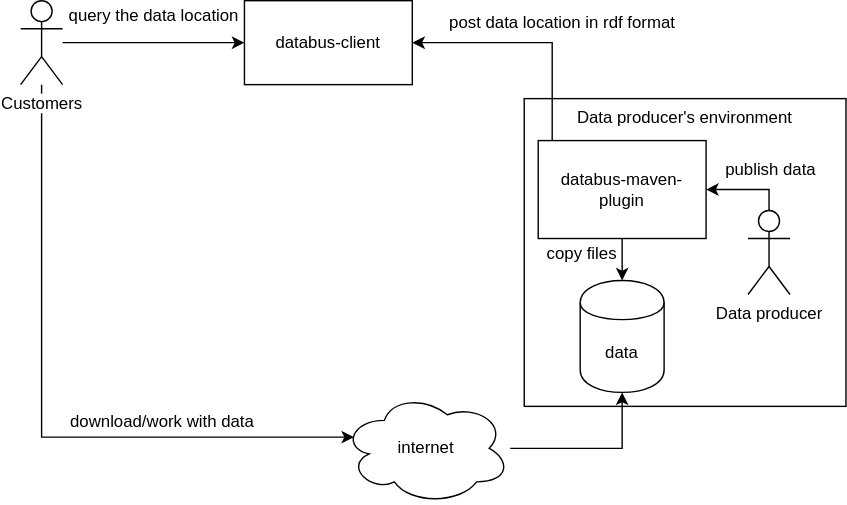
This is dbpedia/current.svg from manonthegithub/GSoC-2020, a draw.io export, as it was before one commit. Source tidied: cells renumbered, new cells last; positions are measured from the earlier drawing's top-left corner, leaving out a move shared by most shapes. Its diagram source:
```xml
<mxGraphModel>
  <root>
    <mxCell id="0" />
    <mxCell id="1" parent="0" />
    <mxCell id="2" style="edgeStyle=orthogonalEdgeStyle;rounded=0;jettySize=auto;html=1;entryX=0;entryY=0.5;entryDx=0;entryDy=0;" parent="1" edge="1" source="6" target="8">
      <mxGeometry relative="1" as="geometry" />
    </mxCell>
    <mxCell id="3" value="query the data location" style="text;html=1;align=center;verticalAlign=middle;labelBackgroundColor=#ffffff;" parent="2" vertex="1">
      <mxGeometry x="-0.22" relative="1" as="geometry">
        <mxPoint x="13" y="-20" as="offset" />
      </mxGeometry>
    </mxCell>
    <mxCell id="4" style="edgeStyle=orthogonalEdgeStyle;rounded=0;jettySize=auto;html=1;entryX=0.07;entryY=0.4;entryDx=0;entryDy=0;entryPerimeter=0;" parent="1" edge="1" source="6" target="7">
      <mxGeometry relative="1" as="geometry">
        <Array as="points">
          <mxPoint x="15" y="312" />
        </Array>
      </mxGeometry>
    </mxCell>
    <mxCell id="5" value="download/work with data" style="text;html=1;align=center;verticalAlign=middle;labelBackgroundColor=#ffffff;" parent="4" vertex="1">
      <mxGeometry x="-0.29" y="1" relative="1" as="geometry">
        <mxPoint x="84" y="70" as="offset" />
      </mxGeometry>
    </mxCell>
    <mxCell id="6" value="Customers" style="shape=umlActor;verticalLabelPosition=bottom;labelBackgroundColor=#ffffff;verticalAlign=top;html=1;outlineConnect=0;" parent="1" vertex="1">
      <mxGeometry width="30" height="60" as="geometry" />
    </mxCell>
    <mxCell id="7" value="internet" style="ellipse;shape=cloud;whiteSpace=wrap;html=1;" parent="1" vertex="1">
      <mxGeometry x="230" y="280" width="120" height="80" as="geometry" />
    </mxCell>
    <mxCell id="8" value="databus-client" style="rounded=0;whiteSpace=wrap;html=1;" parent="1" vertex="1">
      <mxGeometry x="160" width="120" height="60" as="geometry" />
    </mxCell>
    <mxCell id="9" value="Data producer's environment" style="rounded=0;whiteSpace=wrap;html=1;verticalAlign=top;" parent="1" vertex="1">
      <mxGeometry x="360" y="70" width="230" height="220" as="geometry" />
    </mxCell>
    <mxCell id="10" value="data" style="shape=cylinder;whiteSpace=wrap;html=1;boundedLbl=1;backgroundOutline=1;" parent="1" vertex="1">
      <mxGeometry x="400" y="200" width="60" height="80" as="geometry" />
    </mxCell>
    <mxCell id="11" style="edgeStyle=orthogonalEdgeStyle;rounded=0;jettySize=auto;html=1;entryX=1;entryY=0.5;entryDx=0;entryDy=0;" parent="1" edge="1" source="13" target="18">
      <mxGeometry relative="1" as="geometry">
        <Array as="points">
          <mxPoint x="535" y="135" />
        </Array>
      </mxGeometry>
    </mxCell>
    <mxCell id="12" value="publish data" style="text;html=1;align=center;verticalAlign=middle;labelBackgroundColor=#ffffff;" parent="11" vertex="1">
      <mxGeometry x="0.07" y="3" relative="1" as="geometry">
        <mxPoint x="17" y="-18" as="offset" />
      </mxGeometry>
    </mxCell>
    <mxCell id="13" value="Data producer" style="shape=umlActor;verticalLabelPosition=bottom;labelBackgroundColor=#ffffff;verticalAlign=top;html=1;outlineConnect=0;" parent="1" vertex="1">
      <mxGeometry x="520" y="150" width="30" height="60" as="geometry" />
    </mxCell>
    <mxCell id="14" style="edgeStyle=orthogonalEdgeStyle;rounded=0;jettySize=auto;html=1;" parent="1" edge="1" source="18" target="10">
      <mxGeometry relative="1" as="geometry" />
    </mxCell>
    <mxCell id="15" value="copy files" style="text;html=1;align=center;verticalAlign=middle;labelBackgroundColor=#ffffff;" parent="14" vertex="1">
      <mxGeometry x="0.4" y="-2" relative="1" as="geometry">
        <mxPoint x="-28" y="-5" as="offset" />
      </mxGeometry>
    </mxCell>
    <mxCell id="16" style="edgeStyle=orthogonalEdgeStyle;rounded=0;jettySize=auto;html=1;entryX=1;entryY=0.5;entryDx=0;entryDy=0;" parent="1" edge="1" source="18" target="8">
      <mxGeometry relative="1" as="geometry">
        <Array as="points">
          <mxPoint x="380" y="30" />
        </Array>
      </mxGeometry>
    </mxCell>
    <mxCell id="17" value="post&amp;nbsp;data location in rdf format" style="text;html=1;align=center;verticalAlign=middle;labelBackgroundColor=#ffffff;" parent="16" vertex="1">
      <mxGeometry x="-0.12" y="-46" relative="1" as="geometry">
        <mxPoint x="11" y="31" as="offset" />
      </mxGeometry>
    </mxCell>
    <mxCell id="18" value="databus-maven-plugin" style="rounded=0;whiteSpace=wrap;html=1;" parent="1" vertex="1">
      <mxGeometry x="370" y="100" width="120" height="70" as="geometry" />
    </mxCell>
    <mxCell id="19" style="edgeStyle=orthogonalEdgeStyle;rounded=0;jettySize=auto;html=1;entryX=0.5;entryY=1;entryDx=0;entryDy=0;" parent="1" edge="1" source="7" target="10">
      <mxGeometry relative="1" as="geometry" />
    </mxCell>
  </root>
</mxGraphModel>
```
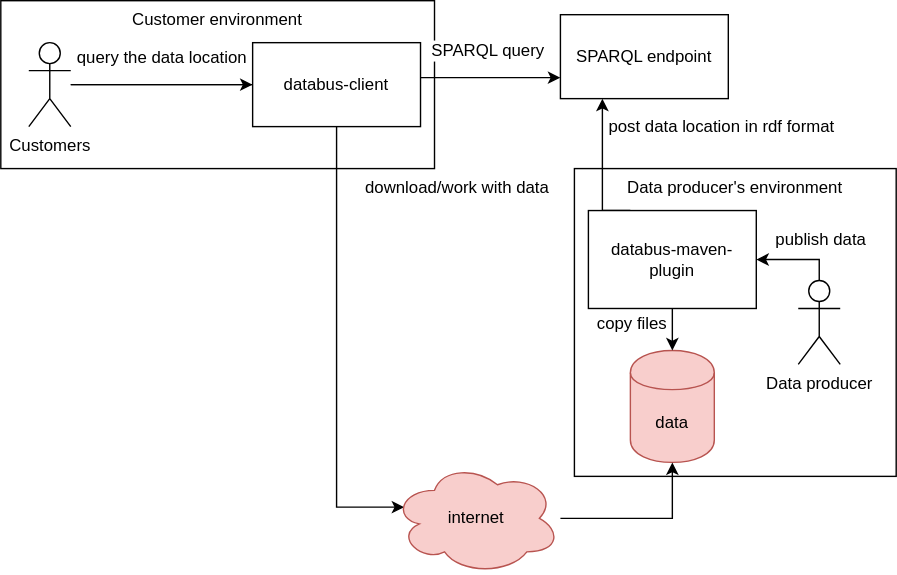
Above is the later version.

What changed in the source:
```diff
@@ -2,81 +2,99 @@
   <root>
     <mxCell id="0" />
     <mxCell id="1" parent="0" />
-    <mxCell id="2" style="edgeStyle=orthogonalEdgeStyle;rounded=0;jettySize=auto;html=1;entryX=0;entryY=0.5;entryDx=0;entryDy=0;" parent="1" edge="1" source="6" target="8">
-      <mxGeometry relative="1" as="geometry" />
+    <mxCell id="2" value="Customer environment" style="rounded=0;whiteSpace=wrap;html=1;verticalAlign=top;" parent="1" vertex="1">
+      <mxGeometry x="-50" y="-50" width="310" height="120" as="geometry" />
     </mxCell>
-    <mxCell id="3" value="query the data location" style="text;html=1;align=center;verticalAlign=middle;labelBackgroundColor=#ffffff;" parent="2" vertex="1">
-      <mxGeometry x="-0.22" relative="1" as="geometry">
-        <mxPoint x="13" y="-20" as="offset" />
-      </mxGeometry>
+    <mxCell id="3" style="edgeStyle=orthogonalEdgeStyle;rounded=0;jettySize=auto;html=1;entryX=0;entryY=0.5;entryDx=0;entryDy=0;" parent="1" edge="1" source="7" target="11">
+      <mxGeometry relative="1" as="geometry" />
     </mxCell>
-    <mxCell id="4" style="edgeStyle=orthogonalEdgeStyle;rounded=0;jettySize=auto;html=1;entryX=0.07;entryY=0.4;entryDx=0;entryDy=0;entryPerimeter=0;" parent="1" edge="1" source="6" target="7">
-      <mxGeometry relative="1" as="geometry">
-        <Array as="points">
-          <mxPoint x="15" y="312" />
-        </Array>
+    <mxCell id="4" value="query the data location" style="text;html=1;align=center;verticalAlign=middle;labelBackgroundColor=#ffffff;" parent="3" vertex="1">
+      <mxGeometry x="-0.22" relative="1" as="geometry">
+        <mxPoint x="13" y="-20" as="offset" />
       </mxGeometry>
     </mxCell>
-    <mxCell id="5" value="download/work with data" style="text;html=1;align=center;verticalAlign=middle;labelBackgroundColor=#ffffff;" parent="4" vertex="1">
-      <mxGeometry x="-0.29" y="1" relative="1" as="geometry">
-        <mxPoint x="84" y="70" as="offset" />
+    <mxCell id="5" style="edgeStyle=orthogonalEdgeStyle;rounded=0;jettySize=auto;html=1;entryX=0.07;entryY=0.4;entryDx=0;entryDy=0;entryPerimeter=0;" parent="1" edge="1" source="7" target="8">
+      <mxGeometry relative="1" as="geometry">
+        <Array as="points">
+          <mxPoint x="190" y="10" />
+          <mxPoint x="190" y="312" />
+        </Array>
       </mxGeometry>
     </mxCell>
-    <mxCell id="6" value="Customers" style="shape=umlActor;verticalLabelPosition=bottom;labelBackgroundColor=#ffffff;verticalAlign=top;html=1;outlineConnect=0;" parent="1" vertex="1">
-      <mxGeometry width="30" height="60" as="geometry" />
+    <mxCell id="6" value="download/work with data" style="text;html=1;align=center;verticalAlign=middle;points=[];labelBackgroundColor=#ffffff;" parent="5" vertex="1">
+      <mxGeometry x="-0.29" y="1" relative="1" as="geometry">
+        <mxPoint x="84" y="70" as="offset" />
+      </mxGeometry>
     </mxCell>
-    <mxCell id="7" value="internet" style="ellipse;shape=cloud;whiteSpace=wrap;html=1;" parent="1" vertex="1">
-      <mxGeometry x="230" y="280" width="120" height="80" as="geometry" />
+    <mxCell id="7" value="Customers" style="shape=umlActor;verticalLabelPosition=bottom;labelBackgroundColor=#ffffff;verticalAlign=top;html=1;outlineConnect=0;" parent="1" vertex="1">
+      <mxGeometry x="-30" y="-20" width="30" height="60" as="geometry" />
     </mxCell>
-    <mxCell id="8" value="databus-client" style="rounded=0;whiteSpace=wrap;html=1;" parent="1" vertex="1">
-      <mxGeometry x="160" width="120" height="60" as="geometry" />
+    <mxCell id="8" value="internet" style="ellipse;shape=cloud;whiteSpace=wrap;html=1;fillColor=#f8cecc;strokeColor=#b85450;" parent="1" vertex="1">
+      <mxGeometry x="230" y="280" width="120" height="80" as="geometry" />
     </mxCell>
-    <mxCell id="9" value="Data producer's environment" style="rounded=0;whiteSpace=wrap;html=1;verticalAlign=top;" parent="1" vertex="1">
-      <mxGeometry x="360" y="70" width="230" height="220" as="geometry" />
+    <mxCell id="9" style="edgeStyle=orthogonalEdgeStyle;rounded=0;jettySize=auto;html=1;entryX=0;entryY=0.75;entryDx=0;entryDy=0;" parent="1" edge="1" source="11" target="22">
+      <mxGeometry relative="1" as="geometry">
+        <Array as="points">
+          <mxPoint x="290" y="5" />
+          <mxPoint x="290" y="5" />
+        </Array>
+      </mxGeometry>
     </mxCell>
-    <mxCell id="10" value="data" style="shape=cylinder;whiteSpace=wrap;html=1;boundedLbl=1;backgroundOutline=1;" parent="1" vertex="1">
-      <mxGeometry x="400" y="200" width="60" height="80" as="geometry" />
+    <mxCell id="10" value="SPARQL query" style="text;html=1;align=center;verticalAlign=middle;points=[];labelBackgroundColor=#ffffff;" parent="9" vertex="1">
+      <mxGeometry relative="1" as="geometry">
+        <mxPoint x="-3" y="-20" as="offset" />
+      </mxGeometry>
     </mxCell>
-    <mxCell id="11" style="edgeStyle=orthogonalEdgeStyle;rounded=0;jettySize=auto;html=1;entryX=1;entryY=0.5;entryDx=0;entryDy=0;" parent="1" edge="1" source="13" target="18">
-      <mxGeometry relative="1" as="geometry">
-        <Array as="points">
-          <mxPoint x="535" y="135" />
-        </Array>
-      </mxGeometry>
+    <mxCell id="11" value="databus-client" style="rounded=0;whiteSpace=wrap;html=1;" parent="1" vertex="1">
+      <mxGeometry x="130" y="-20" width="120" height="60" as="geometry" />
     </mxCell>
-    <mxCell id="12" value="publish data" style="text;html=1;align=center;verticalAlign=middle;labelBackgroundColor=#ffffff;" parent="11" vertex="1">
-      <mxGeometry x="0.07" y="3" relative="1" as="geometry">
-        <mxPoint x="17" y="-18" as="offset" />
-      </mxGeometry>
+    <mxCell id="12" value="Data producer's environment" style="rounded=0;whiteSpace=wrap;html=1;verticalAlign=top;" parent="1" vertex="1">
+      <mxGeometry x="360" y="70" width="230" height="220" as="geometry" />
     </mxCell>
-    <mxCell id="13" value="Data producer" style="shape=umlActor;verticalLabelPosition=bottom;labelBackgroundColor=#ffffff;verticalAlign=top;html=1;outlineConnect=0;" parent="1" vertex="1">
-      <mxGeometry x="520" y="150" width="30" height="60" as="geometry" />
+    <mxCell id="13" value="data" style="shape=cylinder;whiteSpace=wrap;html=1;boundedLbl=1;backgroundOutline=1;fillColor=#f8cecc;strokeColor=#b85450;" parent="1" vertex="1">
+      <mxGeometry x="400" y="200" width="60" height="80" as="geometry" />
     </mxCell>
-    <mxCell id="14" style="edgeStyle=orthogonalEdgeStyle;rounded=0;jettySize=auto;html=1;" parent="1" edge="1" source="18" target="10">
-      <mxGeometry relative="1" as="geometry" />
+    <mxCell id="14" style="edgeStyle=orthogonalEdgeStyle;rounded=0;jettySize=auto;html=1;entryX=1;entryY=0.5;entryDx=0;entryDy=0;" parent="1" edge="1" source="16" target="20">
+      <mxGeometry relative="1" as="geometry">
+        <Array as="points">
+          <mxPoint x="535" y="135" />
+        </Array>
+      </mxGeometry>
     </mxCell>
-    <mxCell id="15" value="copy files" style="text;html=1;align=center;verticalAlign=middle;labelBackgroundColor=#ffffff;" parent="14" vertex="1">
-      <mxGeometry x="0.4" y="-2" relative="1" as="geometry">
-        <mxPoint x="-28" y="-5" as="offset" />
+    <mxCell id="15" value="publish data" style="text;html=1;align=center;verticalAlign=middle;labelBackgroundColor=#ffffff;" parent="14" vertex="1">
+      <mxGeometry x="0.07" y="3" relative="1" as="geometry">
+        <mxPoint x="17" y="-18" as="offset" />
       </mxGeometry>
     </mxCell>
-    <mxCell id="16" style="edgeStyle=orthogonalEdgeStyle;rounded=0;jettySize=auto;html=1;entryX=1;entryY=0.5;entryDx=0;entryDy=0;" parent="1" edge="1" source="18" target="8">
-      <mxGeometry relative="1" as="geometry">
-        <Array as="points">
-          <mxPoint x="380" y="30" />
-        </Array>
-      </mxGeometry>
+    <mxCell id="16" value="Data producer" style="shape=umlActor;verticalLabelPosition=bottom;labelBackgroundColor=#ffffff;verticalAlign=top;html=1;outlineConnect=0;" parent="1" vertex="1">
+      <mxGeometry x="520" y="150" width="30" height="60" as="geometry" />
     </mxCell>
-    <mxCell id="17" value="post&amp;nbsp;data location in rdf format" style="text;html=1;align=center;verticalAlign=middle;labelBackgroundColor=#ffffff;" parent="16" vertex="1">
-      <mxGeometry x="-0.12" y="-46" relative="1" as="geometry">
-        <mxPoint x="11" y="31" as="offset" />
-      </mxGeometry>
+    <mxCell id="17" style="edgeStyle=orthogonalEdgeStyle;rounded=0;jettySize=auto;html=1;" parent="1" edge="1" source="20" target="13">
+      <mxGeometry relative="1" as="geometry" />
     </mxCell>
-    <mxCell id="18" value="databus-maven-plugin" style="rounded=0;whiteSpace=wrap;html=1;" parent="1" vertex="1">
-      <mxGeometry x="370" y="100" width="120" height="70" as="geometry" />
+    <mxCell id="18" value="copy files" style="text;html=1;align=center;verticalAlign=middle;points=[];labelBackgroundColor=#ffffff;" parent="17" vertex="1">
+      <mxGeometry x="0.4" y="-2" relative="1" as="geometry">
+        <mxPoint x="-28" y="-5" as="offset" />
+      </mxGeometry>
     </mxCell>
-    <mxCell id="19" style="edgeStyle=orthogonalEdgeStyle;rounded=0;jettySize=auto;html=1;entryX=0.5;entryY=1;entryDx=0;entryDy=0;" parent="1" edge="1" source="7" target="10">
-      <mxGeometry relative="1" as="geometry" />
+    <mxCell id="19" style="edgeStyle=orthogonalEdgeStyle;rounded=0;jettySize=auto;html=1;exitX=0.25;exitY=0;exitDx=0;exitDy=0;entryX=0.25;entryY=1;entryDx=0;entryDy=0;" parent="1" edge="1" source="20" target="22">
+      <mxGeometry relative="1" as="geometry">
+        <Array as="points">
+          <mxPoint x="380" y="100" />
+        </Array>
+      </mxGeometry>
     </mxCell>
+    <mxCell id="20" value="databus-maven-plugin" style="rounded=0;whiteSpace=wrap;html=1;" parent="1" vertex="1">
+      <mxGeometry x="370" y="100" width="120" height="70" as="geometry" />
+    </mxCell>
+    <mxCell id="21" style="edgeStyle=orthogonalEdgeStyle;rounded=0;jettySize=auto;html=1;entryX=0.5;entryY=1;entryDx=0;entryDy=0;" parent="1" edge="1" source="8" target="13">
+      <mxGeometry relative="1" as="geometry" />
+    </mxCell>
+    <mxCell id="22" value="SPARQL endpoint" style="rounded=0;whiteSpace=wrap;html=1;" parent="1" vertex="1">
+      <mxGeometry x="350" y="-40" width="120" height="60" as="geometry" />
+    </mxCell>
+    <mxCell id="23" value="&lt;span style=&quot;background-color: rgb(255 , 255 , 255)&quot;&gt;post&amp;nbsp;data location in rdf format&lt;/span&gt;" style="text;html=1;align=center;verticalAlign=middle;" parent="1" vertex="1">
+      <mxGeometry x="390" y="30" width="150" height="20" as="geometry" />
+    </mxCell>
   </root>
 </mxGraphModel>
```
